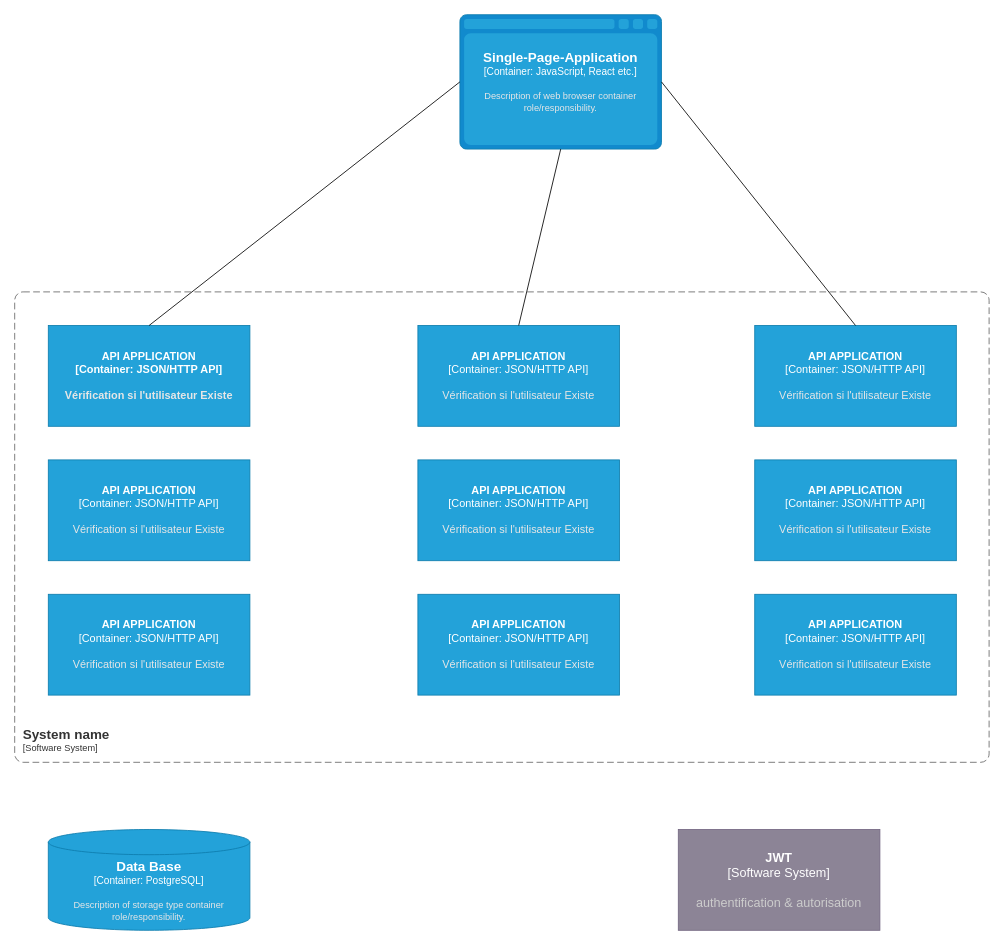
Earlier version of the draw.io diagram page "composant" (3 of 4) of Diagramme sans nom.drawio (SALVA243/AP-TWITTER). Source tidied: cells renumbered, new cells numbered last; positions are measured from the earlier drawing's top-left corner, leaving out a move shared by most shapes. Both pictures are drawn from the tidied source at 84%, with x=0, y=0 at pixel (14, 14).
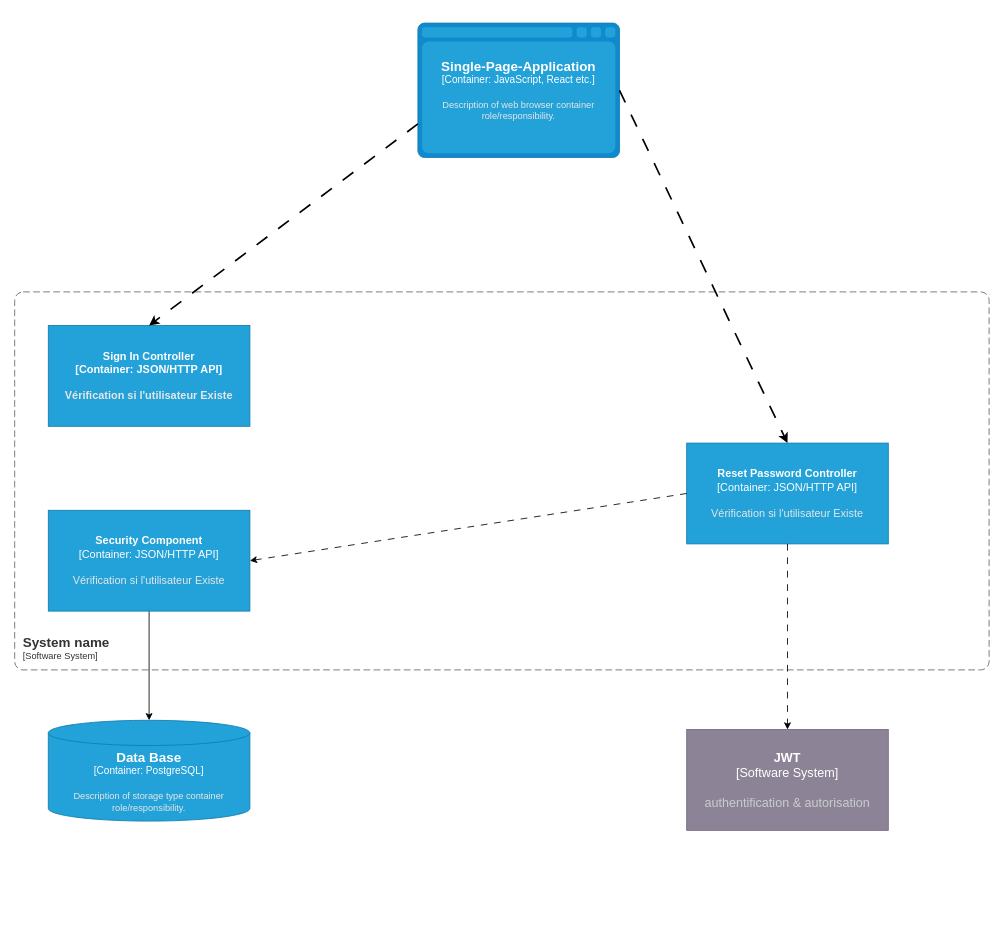
After the change.

Commit message:
10e Sauv. Component

Diff of the diagram source:
```diff
@@
     <object id="2" label="&lt;font style=&quot;font-size: 15px;&quot;&gt;&lt;b style=&quot;font-size: 15px;&quot;&gt;%c4Name%&lt;/b&gt;&lt;/font&gt;&lt;div style=&quot;font-size: 15px;&quot;&gt;[%c4Type%]&lt;/div&gt;&lt;br style=&quot;font-size: 15px;&quot;&gt;&lt;div style=&quot;font-size: 15px;&quot;&gt;&lt;font style=&quot;font-size: 15px;&quot;&gt;&lt;font color=&quot;#cccccc&quot; style=&quot;font-size: 15px;&quot;&gt;%c4Description%&lt;/font&gt;&lt;/font&gt;&lt;/div&gt;" c4Description="authentification &amp; autorisation" c4Name="JWT" c4Type="Software System" placeholders="1">
       <mxCell style="rounded=1;whiteSpace=wrap;html=1;labelBackgroundColor=none;fillColor=#8C8496;fontColor=#ffffff;align=center;arcSize=0;strokeColor=#736782;points=[[0.25,0,0],[0.5,0,0],[0.75,0,0],[1,0.25,0],[1,0.5,0],[1,0.75,0],[0.75,1,0],[0.5,1,0],[0.25,1,0],[0,0.75,0],[0,0.5,0],[0,0.25,0]];fontSize=15;" parent="1" vertex="1">
-        <mxGeometry x="790" y="970" width="240" height="120" as="geometry" />
+        <mxGeometry x="800" y="851" width="240" height="120" as="geometry" />
       </mxCell>
     </object>
     <object id="3" label="&lt;font style=&quot;font-size: 16px&quot;&gt;&lt;b&gt;&lt;div style=&quot;text-align: left&quot;&gt;%c4Name%&lt;/div&gt;&lt;/b&gt;&lt;/font&gt;&lt;div style=&quot;text-align: left&quot;&gt;[%c4Application%]&lt;/div&gt;" c4Application="Software System" c4Name="System name" placeholders="1">
       <mxCell style="rounded=1;fontSize=11;whiteSpace=wrap;html=1;dashed=1;arcSize=20;fillColor=none;strokeColor=#666666;fontColor=#333333;labelBackgroundColor=none;align=left;verticalAlign=bottom;labelBorderColor=none;spacingTop=0;spacing=10;dashPattern=8 4;perimeter=rectanglePerimeter;noLabel=0;labelPadding=0;absoluteArcSize=1;" parent="1" vertex="1">
-        <mxGeometry y="330" width="1160" height="560" as="geometry" />
+        <mxGeometry y="330" width="1160" height="450" as="geometry" />
       </mxCell>
     </object>
-    <object id="4" label="&lt;font style=&quot;font-size: 13px;&quot;&gt;&lt;span style=&quot;font-size: 13px;&quot;&gt;%c4Name%&lt;/span&gt;&lt;/font&gt;&lt;div style=&quot;font-size: 13px;&quot;&gt;[%c4Type%: %c4Technology%]&lt;/div&gt;&lt;br style=&quot;font-size: 13px;&quot;&gt;&lt;div style=&quot;font-size: 13px;&quot;&gt;&lt;font style=&quot;font-size: 13px;&quot;&gt;&lt;font color=&quot;#E6E6E6&quot; style=&quot;font-size: 13px;&quot;&gt;%c4Description%&lt;/font&gt;&lt;/font&gt;&lt;/div&gt;" c4Description="Vérification si l'utilisateur Existe" c4Name="API APPLICATION" c4Technology="JSON/HTTP API" c4Type="Container" placeholders="1">
+    <object id="4" label="&lt;font style=&quot;font-size: 13px;&quot;&gt;&lt;span style=&quot;font-size: 13px;&quot;&gt;%c4Name%&lt;/span&gt;&lt;/font&gt;&lt;div style=&quot;font-size: 13px;&quot;&gt;[%c4Type%: %c4Technology%]&lt;/div&gt;&lt;br style=&quot;font-size: 13px;&quot;&gt;&lt;div style=&quot;font-size: 13px;&quot;&gt;&lt;font style=&quot;font-size: 13px;&quot;&gt;&lt;font color=&quot;#E6E6E6&quot; style=&quot;font-size: 13px;&quot;&gt;%c4Description%&lt;/font&gt;&lt;/font&gt;&lt;/div&gt;" c4Description="Vérification si l'utilisateur Existe" c4Name="Sign In Controller" c4Technology="JSON/HTTP API" c4Type="Container" placeholders="1">
       <mxCell style="rounded=1;whiteSpace=wrap;html=1;fontSize=13;labelBackgroundColor=none;fillColor=#23A2D9;fontColor=#ffffff;align=center;arcSize=0;strokeColor=#0E7DAD;points=[[0.25,0,0],[0.5,0,0],[0.75,0,0],[1,0.25,0],[1,0.5,0],[1,0.75,0],[0.75,1,0],[0.5,1,0],[0.25,1,0],[0,0.75,0],[0,0.5,0],[0,0.25,0]];fontStyle=1;" parent="1" vertex="1">
         <mxGeometry x="40" y="370" width="240" height="120" as="geometry" />
       </mxCell>
     </object>
     <object id="5" label="&lt;font style=&quot;font-size: 16px&quot;&gt;&lt;b&gt;%c4Type%&lt;/b&gt;&lt;/font&gt;&lt;div&gt;[%c4Container%:&amp;nbsp;%c4Technology%]&lt;/div&gt;&lt;br&gt;&lt;div&gt;&lt;font style=&quot;font-size: 11px&quot;&gt;&lt;font color=&quot;#E6E6E6&quot;&gt;%c4Description%&lt;/font&gt;&lt;/div&gt;" c4Container="Container" c4Description="Description of web browser container role/responsibility." c4Technology="JavaScript, React etc." c4Type="Single-Page-Application" placeholders="1">
       <mxCell style="shape=mxgraph.c4.webBrowserContainer2;whiteSpace=wrap;html=1;boundedLbl=1;rounded=0;labelBackgroundColor=none;strokeColor=#118ACD;fillColor=#23A2D9;strokeColor=#118ACD;strokeColor2=#0E7DAD;fontSize=12;fontColor=#ffffff;align=center;points=[[0.5,0,0],[1,0.25,0],[1,0.5,0],[1,0.75,0],[0.5,1,0],[0,0.75,0],[0,0.5,0],[0,0.25,0]];" parent="1" vertex="1">
-        <mxGeometry x="530" width="240" height="160" as="geometry" />
+        <mxGeometry x="480" y="10" width="240" height="160" as="geometry" />
       </mxCell>
     </object>
     <object id="6" label="&lt;font style=&quot;font-size: 16px&quot;&gt;&lt;b&gt;%c4Type%&lt;/b&gt;&lt;/font&gt;&lt;div&gt;[%c4Container%:&amp;nbsp;%c4Technology%]&lt;/div&gt;&lt;br&gt;&lt;div&gt;&lt;font style=&quot;font-size: 11px&quot;&gt;&lt;font color=&quot;#E6E6E6&quot;&gt;%c4Description%&lt;/font&gt;&lt;/div&gt;" c4Container="Container" c4Description="Description of storage type container role/responsibility." c4Technology="PostgreSQL" c4Type="Data Base" placeholders="1">
       <mxCell style="shape=cylinder3;size=15;whiteSpace=wrap;html=1;boundedLbl=1;rounded=0;labelBackgroundColor=none;fillColor=#23A2D9;fontSize=12;fontColor=#ffffff;align=center;strokeColor=#0E7DAD;points=[[0.5,0,0],[1,0.25,0],[1,0.5,0],[1,0.75,0],[0.5,1,0],[0,0.75,0],[0,0.5,0],[0,0.25,0]];" parent="1" vertex="1">
-        <mxGeometry x="40" y="970" width="240" height="120" as="geometry" />
+        <mxGeometry x="40" y="840" width="240" height="120" as="geometry" />
       </mxCell>
     </object>
-    <object id="7" label="&lt;font style=&quot;font-size: 13px;&quot;&gt;&lt;b style=&quot;font-size: 13px;&quot;&gt;%c4Name%&lt;/b&gt;&lt;/font&gt;&lt;div style=&quot;font-size: 13px;&quot;&gt;[%c4Type%: %c4Technology%]&lt;/div&gt;&lt;br style=&quot;font-size: 13px;&quot;&gt;&lt;div style=&quot;font-size: 13px;&quot;&gt;&lt;font style=&quot;font-size: 13px;&quot;&gt;&lt;font color=&quot;#E6E6E6&quot; style=&quot;font-size: 13px;&quot;&gt;%c4Description%&lt;/font&gt;&lt;/font&gt;&lt;/div&gt;" c4Description="Vérification si l'utilisateur Existe" c4Name="API APPLICATION" c4Technology="JSON/HTTP API" c4Type="Container" placeholders="1">
+    <object id="7" label="&lt;font style=&quot;font-size: 13px;&quot;&gt;&lt;b style=&quot;font-size: 13px;&quot;&gt;%c4Name%&lt;/b&gt;&lt;/font&gt;&lt;div style=&quot;font-size: 13px;&quot;&gt;[%c4Type%: %c4Technology%]&lt;/div&gt;&lt;br style=&quot;font-size: 13px;&quot;&gt;&lt;div style=&quot;font-size: 13px;&quot;&gt;&lt;font style=&quot;font-size: 13px;&quot;&gt;&lt;font color=&quot;#E6E6E6&quot; style=&quot;font-size: 13px;&quot;&gt;%c4Description%&lt;/font&gt;&lt;/font&gt;&lt;/div&gt;" c4Description="Vérification si l'utilisateur Existe" c4Name="Reset Password Controller" c4Technology="JSON/HTTP API" c4Type="Container" placeholders="1">
       <mxCell style="rounded=1;whiteSpace=wrap;html=1;fontSize=13;labelBackgroundColor=none;fillColor=#23A2D9;fontColor=#ffffff;align=center;arcSize=0;strokeColor=#0E7DAD;points=[[0.25,0,0],[0.5,0,0],[0.75,0,0],[1,0.25,0],[1,0.5,0],[1,0.75,0],[0.75,1,0],[0.5,1,0],[0.25,1,0],[0,0.75,0],[0,0.5,0],[0,0.25,0]];" parent="1" vertex="1">
-        <mxGeometry x="480" y="370" width="240" height="120" as="geometry" />
+        <mxGeometry x="800" y="510" width="240" height="120" as="geometry" />
       </mxCell>
     </object>
-    <object id="8" label="&lt;font style=&quot;font-size: 13px;&quot;&gt;&lt;b style=&quot;font-size: 13px;&quot;&gt;%c4Name%&lt;/b&gt;&lt;/font&gt;&lt;div style=&quot;font-size: 13px;&quot;&gt;[%c4Type%: %c4Technology%]&lt;/div&gt;&lt;br style=&quot;font-size: 13px;&quot;&gt;&lt;div style=&quot;font-size: 13px;&quot;&gt;&lt;font style=&quot;font-size: 13px;&quot;&gt;&lt;font color=&quot;#E6E6E6&quot; style=&quot;font-size: 13px;&quot;&gt;%c4Description%&lt;/font&gt;&lt;/font&gt;&lt;/div&gt;" c4Description="Vérification si l'utilisateur Existe" c4Name="API APPLICATION" c4Technology="JSON/HTTP API" c4Type="Container" placeholders="1">
-      <mxCell style="rounded=1;whiteSpace=wrap;html=1;fontSize=13;labelBackgroundColor=none;fillColor=#23A2D9;fontColor=#ffffff;align=center;arcSize=0;strokeColor=#0E7DAD;points=[[0.25,0,0],[0.5,0,0],[0.75,0,0],[1,0.25,0],[1,0.5,0],[1,0.75,0],[0.75,1,0],[0.5,1,0],[0.25,1,0],[0,0.75,0],[0,0.5,0],[0,0.25,0]];" parent="1" vertex="1">
-        <mxGeometry x="881" y="370" width="240" height="120" as="geometry" />
-      </mxCell>
-    </object>
+    <mxCell id="18" style="edgeStyle=orthogonalEdgeStyle;rounded=0;jettySize=auto;html=1;exitX=0.5;exitY=1;exitDx=0;exitDy=0;exitPerimeter=0;entryX=0.5;entryY=0;entryDx=0;entryDy=0;entryPerimeter=0;" parent="1" edge="1" source="9" target="6">
+      <mxGeometry relative="1" as="geometry" />
+    </mxCell>
-    <object id="9" label="&lt;font style=&quot;font-size: 13px;&quot;&gt;&lt;b style=&quot;font-size: 13px;&quot;&gt;%c4Name%&lt;/b&gt;&lt;/font&gt;&lt;div style=&quot;font-size: 13px;&quot;&gt;[%c4Type%: %c4Technology%]&lt;/div&gt;&lt;br style=&quot;font-size: 13px;&quot;&gt;&lt;div style=&quot;font-size: 13px;&quot;&gt;&lt;font style=&quot;font-size: 13px;&quot;&gt;&lt;font color=&quot;#E6E6E6&quot; style=&quot;font-size: 13px;&quot;&gt;%c4Description%&lt;/font&gt;&lt;/font&gt;&lt;/div&gt;" c4Description="Vérification si l'utilisateur Existe" c4Name="API APPLICATION" c4Technology="JSON/HTTP API" c4Type="Container" placeholders="1">
+    <object id="9" label="&lt;font style=&quot;font-size: 13px;&quot;&gt;&lt;b style=&quot;font-size: 13px;&quot;&gt;%c4Name%&lt;/b&gt;&lt;/font&gt;&lt;div style=&quot;font-size: 13px;&quot;&gt;[%c4Type%: %c4Technology%]&lt;/div&gt;&lt;br style=&quot;font-size: 13px;&quot;&gt;&lt;div style=&quot;font-size: 13px;&quot;&gt;&lt;font style=&quot;font-size: 13px;&quot;&gt;&lt;font color=&quot;#E6E6E6&quot; style=&quot;font-size: 13px;&quot;&gt;%c4Description%&lt;/font&gt;&lt;/font&gt;&lt;/div&gt;" c4Description="Vérification si l'utilisateur Existe" c4Name="Security Component" c4Technology="JSON/HTTP API" c4Type="Container" placeholders="1">
       <mxCell style="rounded=1;whiteSpace=wrap;html=1;fontSize=13;labelBackgroundColor=none;fillColor=#23A2D9;fontColor=#ffffff;align=center;arcSize=0;strokeColor=#0E7DAD;points=[[0.25,0,0],[0.5,0,0],[0.75,0,0],[1,0.25,0],[1,0.5,0],[1,0.75,0],[0.75,1,0],[0.5,1,0],[0.25,1,0],[0,0.75,0],[0,0.5,0],[0,0.25,0]];" parent="1" vertex="1">
-        <mxGeometry x="40" y="530" width="240" height="120" as="geometry" />
+        <mxGeometry x="40" y="590" width="240" height="120" as="geometry" />
       </mxCell>
     </object>
-    <object id="10" label="&lt;font style=&quot;font-size: 13px;&quot;&gt;&lt;b style=&quot;font-size: 13px;&quot;&gt;%c4Name%&lt;/b&gt;&lt;/font&gt;&lt;div style=&quot;font-size: 13px;&quot;&gt;[%c4Type%: %c4Technology%]&lt;/div&gt;&lt;br style=&quot;font-size: 13px;&quot;&gt;&lt;div style=&quot;font-size: 13px;&quot;&gt;&lt;font style=&quot;font-size: 13px;&quot;&gt;&lt;font color=&quot;#E6E6E6&quot; style=&quot;font-size: 13px;&quot;&gt;%c4Description%&lt;/font&gt;&lt;/font&gt;&lt;/div&gt;" c4Description="Vérification si l'utilisateur Existe" c4Name="API APPLICATION" c4Technology="JSON/HTTP API" c4Type="Container" placeholders="1">
-      <mxCell style="rounded=1;whiteSpace=wrap;html=1;fontSize=13;labelBackgroundColor=none;fillColor=#23A2D9;fontColor=#ffffff;align=center;arcSize=0;strokeColor=#0E7DAD;" parent="1" vertex="1">
-        <mxGeometry x="480" y="530" width="240" height="120" as="geometry" />
-      </mxCell>
-    </object>
-    <object id="11" label="&lt;font style=&quot;font-size: 13px;&quot;&gt;&lt;b style=&quot;font-size: 13px;&quot;&gt;%c4Name%&lt;/b&gt;&lt;/font&gt;&lt;div style=&quot;font-size: 13px;&quot;&gt;[%c4Type%: %c4Technology%]&lt;/div&gt;&lt;br style=&quot;font-size: 13px;&quot;&gt;&lt;div style=&quot;font-size: 13px;&quot;&gt;&lt;font style=&quot;font-size: 13px;&quot;&gt;&lt;font color=&quot;#E6E6E6&quot; style=&quot;font-size: 13px;&quot;&gt;%c4Description%&lt;/font&gt;&lt;/font&gt;&lt;/div&gt;" c4Description="Vérification si l'utilisateur Existe" c4Name="API APPLICATION" c4Technology="JSON/HTTP API" c4Type="Container" placeholders="1">
-      <mxCell style="rounded=1;whiteSpace=wrap;html=1;fontSize=13;labelBackgroundColor=none;fillColor=#23A2D9;fontColor=#ffffff;align=center;arcSize=0;strokeColor=#0E7DAD;" parent="1" vertex="1">
-        <mxGeometry x="881" y="530" width="240" height="120" as="geometry" />
-      </mxCell>
-    </object>
-    <object id="12" label="&lt;font style=&quot;font-size: 13px;&quot;&gt;&lt;b style=&quot;font-size: 13px;&quot;&gt;%c4Name%&lt;/b&gt;&lt;/font&gt;&lt;div style=&quot;font-size: 13px;&quot;&gt;[%c4Type%: %c4Technology%]&lt;/div&gt;&lt;br style=&quot;font-size: 13px;&quot;&gt;&lt;div style=&quot;font-size: 13px;&quot;&gt;&lt;font style=&quot;font-size: 13px;&quot;&gt;&lt;font color=&quot;#E6E6E6&quot; style=&quot;font-size: 13px;&quot;&gt;%c4Description%&lt;/font&gt;&lt;/font&gt;&lt;/div&gt;" c4Description="Vérification si l'utilisateur Existe" c4Name="API APPLICATION" c4Technology="JSON/HTTP API" c4Type="Container" placeholders="1">
-      <mxCell style="rounded=1;whiteSpace=wrap;html=1;fontSize=13;labelBackgroundColor=none;fillColor=#23A2D9;fontColor=#ffffff;align=center;arcSize=0;strokeColor=#0E7DAD;" parent="1" vertex="1">
-        <mxGeometry x="881" y="690" width="240" height="120" as="geometry" />
-      </mxCell>
-    </object>
-    <object id="13" label="&lt;font style=&quot;font-size: 13px;&quot;&gt;&lt;b style=&quot;font-size: 13px;&quot;&gt;%c4Name%&lt;/b&gt;&lt;/font&gt;&lt;div style=&quot;font-size: 13px;&quot;&gt;[%c4Type%: %c4Technology%]&lt;/div&gt;&lt;br style=&quot;font-size: 13px;&quot;&gt;&lt;div style=&quot;font-size: 13px;&quot;&gt;&lt;font style=&quot;font-size: 13px;&quot;&gt;&lt;font color=&quot;#E6E6E6&quot; style=&quot;font-size: 13px;&quot;&gt;%c4Description%&lt;/font&gt;&lt;/font&gt;&lt;/div&gt;" c4Description="Vérification si l'utilisateur Existe" c4Name="API APPLICATION" c4Technology="JSON/HTTP API" c4Type="Container" placeholders="1">
-      <mxCell style="rounded=1;whiteSpace=wrap;html=1;fontSize=13;labelBackgroundColor=none;fillColor=#23A2D9;fontColor=#ffffff;align=center;arcSize=0;strokeColor=#0E7DAD;" parent="1" vertex="1">
-        <mxGeometry x="480" y="690" width="240" height="120" as="geometry" />
-      </mxCell>
-    </object>
-    <object id="14" label="&lt;font style=&quot;font-size: 13px;&quot;&gt;&lt;b style=&quot;font-size: 13px;&quot;&gt;%c4Name%&lt;/b&gt;&lt;/font&gt;&lt;div style=&quot;font-size: 13px;&quot;&gt;[%c4Type%: %c4Technology%]&lt;/div&gt;&lt;br style=&quot;font-size: 13px;&quot;&gt;&lt;div style=&quot;font-size: 13px;&quot;&gt;&lt;font style=&quot;font-size: 13px;&quot;&gt;&lt;font color=&quot;#E6E6E6&quot; style=&quot;font-size: 13px;&quot;&gt;%c4Description%&lt;/font&gt;&lt;/font&gt;&lt;/div&gt;" c4Description="Vérification si l'utilisateur Existe" c4Name="API APPLICATION" c4Technology="JSON/HTTP API" c4Type="Container" placeholders="1">
-      <mxCell style="rounded=1;whiteSpace=wrap;html=1;fontSize=13;labelBackgroundColor=none;fillColor=#23A2D9;fontColor=#ffffff;align=center;arcSize=0;strokeColor=#0E7DAD;" parent="1" vertex="1">
-        <mxGeometry x="40" y="690" width="240" height="120" as="geometry" />
-      </mxCell>
-    </object>
-    <mxCell id="15" style="endArrow=none;html=1;rounded=0;exitX=0.5;exitY=0;exitDx=0;exitDy=0;exitPerimeter=0;entryX=0;entryY=0.5;entryDx=0;entryDy=0;entryPerimeter=0;endFill=0;" parent="1" edge="1" source="4" target="5">
-      <mxGeometry relative="1" as="geometry" />
-    </mxCell>
-    <mxCell id="16" style="endArrow=none;html=1;rounded=0;entryX=0.5;entryY=1;entryDx=0;entryDy=0;entryPerimeter=0;exitX=0.5;exitY=0;exitDx=0;exitDy=0;exitPerimeter=0;" parent="1" edge="1" source="7" target="5">
-      <mxGeometry relative="1" as="geometry" />
-    </mxCell>
-    <mxCell id="17" style="endArrow=none;html=1;rounded=0;entryX=0.5;entryY=0;entryDx=0;entryDy=0;entryPerimeter=0;exitX=1;exitY=0.5;exitDx=0;exitDy=0;exitPerimeter=0;endFill=0;" parent="1" edge="1" source="5" target="8">
+    <mxCell id="17" style="endArrow=classic;html=1;rounded=0;entryX=0.5;entryY=0;entryDx=0;entryDy=0;entryPerimeter=0;exitX=1;exitY=0.5;exitDx=0;exitDy=0;exitPerimeter=0;endFill=1;strokeWidth=2;dashed=1;dashPattern=8 8;" parent="1" edge="1" source="5" target="7">
       <mxGeometry relative="1" as="geometry" />
     </mxCell>
+    <mxCell id="19" style="endArrow=classic;html=1;rounded=0;exitX=0;exitY=0.75;exitDx=0;exitDy=0;exitPerimeter=0;entryX=0.5;entryY=0;entryDx=0;entryDy=0;entryPerimeter=0;dashed=1;dashPattern=8 8;strokeWidth=2;" parent="1" edge="1" source="5" target="4">
+      <mxGeometry relative="1" as="geometry" />
+    </mxCell>
+    <mxCell id="20" style="endArrow=classic;html=1;rounded=0;entryX=0.5;entryY=0;entryDx=0;entryDy=0;entryPerimeter=0;exitX=0.5;exitY=1;exitDx=0;exitDy=0;exitPerimeter=0;dashed=1;dashPattern=8 8;" parent="1" edge="1" source="7" target="2">
+      <mxGeometry relative="1" as="geometry" />
+    </mxCell>
+    <mxCell id="21" style="endArrow=classic;html=1;rounded=0;exitX=0;exitY=0.5;exitDx=0;exitDy=0;exitPerimeter=0;entryX=1;entryY=0.5;entryDx=0;entryDy=0;entryPerimeter=0;dashed=1;dashPattern=8 8;" parent="1" edge="1" source="7" target="9">
+      <mxGeometry relative="1" as="geometry" />
+    </mxCell>
```
